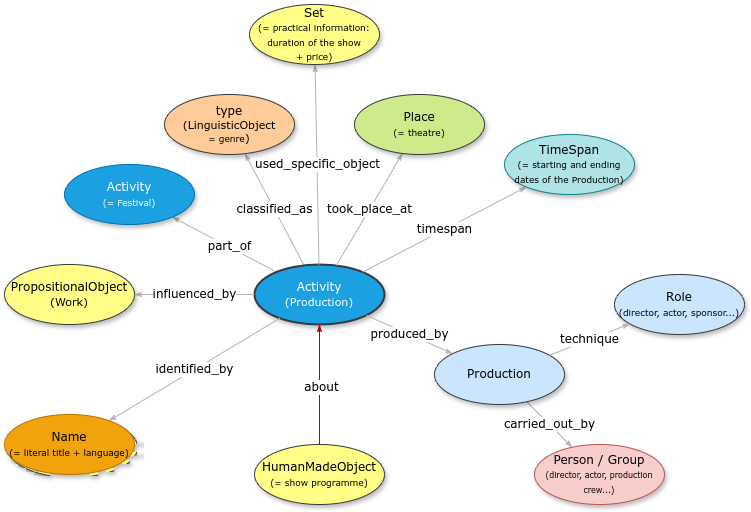
stage-to-data/linked-art-pa keeps this draw.io diagram as Figures-Cookbook/B.drawio.png. Above is the earlier version. Source tidied: cells renumbered, new cells last; positions are measured from the earlier drawing's top-left corner, leaving out a move shared by most shapes.
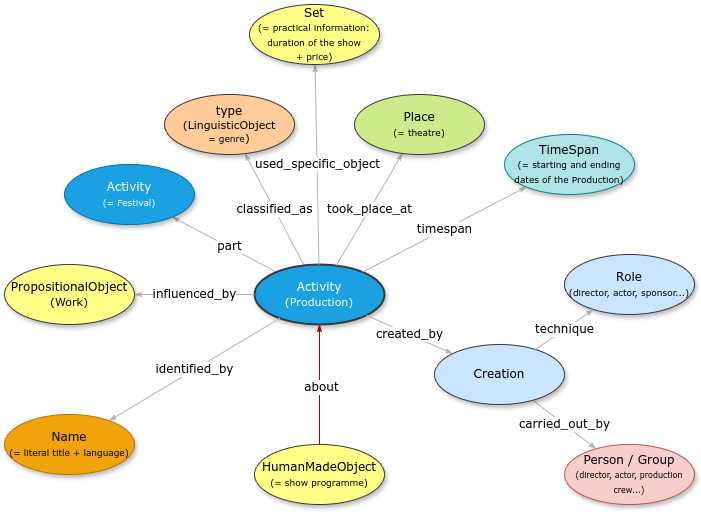
The same file after the commit.

Change to the diagram source:
```diff
@@ -5,7 +5,7 @@
     <mxCell id="2" style="edgeStyle=none;rounded=1;html=1;labelBackgroundColor=#FFFFFF;startArrow=none;startFill=0;startSize=5;endArrow=classicThin;endFill=1;endSize=5;jettySize=auto;strokeColor=#B3B3B3;strokeWidth=1;fontFamily=Verdana;fontSize=12;" parent="1" edge="1" source="5" target="8">
       <mxGeometry relative="1" as="geometry" />
     </mxCell>
-    <mxCell id="3" value="&lt;font style=&quot;font-size: 12px;&quot; face=&quot;Verdana&quot;&gt;part_of&lt;/font&gt;" style="edgeLabel;html=1;align=center;verticalAlign=middle;labelBackgroundColor=#FFFFFF;" parent="2" vertex="1">
+    <mxCell id="3" value="&lt;font style=&quot;font-size: 12px;&quot; face=&quot;Verdana&quot;&gt;part&lt;/font&gt;" style="edgeLabel;html=1;align=center;verticalAlign=middle;labelBackgroundColor=#FFFFFF;" parent="2" vertex="1">
       <mxGeometry x="-0.08" y="-1" relative="1" as="geometry" />
     </mxCell>
     <mxCell id="4" value="&lt;span style=&quot;background-color: rgb(255, 255, 255);&quot;&gt;classified_as&lt;/span&gt;" style="edgeStyle=none;rounded=1;html=1;labelBackgroundColor=#FFFFFF;startArrow=none;startFill=0;startSize=5;endArrow=classicThin;endFill=1;endSize=5;jettySize=auto;strokeColor=#B3B3B3;strokeWidth=1;fontFamily=Verdana;fontSize=12;" parent="1" edge="1" source="5" target="17">
@@ -30,7 +30,7 @@
       <mxGeometry x="250" y="440" width="130" height="60" as="geometry" />
     </mxCell>
     <mxCell id="11" value="&lt;span&gt;Person / Group&lt;/span&gt;&lt;div&gt;&lt;span&gt;&lt;font style=&quot;font-size: 8px;&quot;&gt;(director, actor, production crew...)&lt;/font&gt;&lt;/span&gt;&lt;/div&gt;" style="ellipse;whiteSpace=wrap;html=1;rounded=0;shadow=1;comic=0;labelBackgroundColor=none;strokeWidth=1;fontFamily=Verdana;fontSize=12;align=center;fillColor=#f8cecc;strokeColor=#b85450;" parent="1" vertex="1">
-      <mxGeometry x="530" y="440" width="130" height="60" as="geometry" />
+      <mxGeometry x="560" y="440" width="130" height="60" as="geometry" />
     </mxCell>
     <mxCell id="12" value="used_specific_object" style="edgeStyle=none;rounded=1;html=1;labelBackgroundColor=#FFFFFF;startArrow=none;startFill=0;startSize=5;endArrow=classicThin;endFill=1;endSize=5;jettySize=auto;strokeColor=#B3B3B3;strokeWidth=1;fontFamily=Verdana;fontSize=12;" parent="1" edge="1" source="5" target="15">
       <mxGeometry relative="1" as="geometry" />
@@ -59,14 +59,14 @@
     <mxCell id="20" value="&lt;span&gt;Name&lt;/span&gt;&lt;div&gt;&lt;span&gt;&lt;font style=&quot;font-size: 9px;&quot;&gt;(= literal title + language)&lt;/font&gt;&lt;/span&gt;&lt;/div&gt;" style="ellipse;whiteSpace=wrap;html=1;rounded=0;shadow=1;comic=0;labelBackgroundColor=none;strokeWidth=1;fontFamily=Verdana;fontSize=12;align=center;rotation=0;fillColor=#f0a30a;strokeColor=#BD7000;fontColor=#000000;" parent="1" vertex="1">
       <mxGeometry y="410" width="130" height="60" as="geometry" />
     </mxCell>
-    <mxCell id="21" value="produced_by" style="edgeStyle=none;rounded=1;html=1;labelBackgroundColor=#FFFFFF;startArrow=none;startFill=0;startSize=5;endArrow=classicThin;endFill=1;endSize=5;jettySize=auto;strokeColor=#B3B3B3;strokeWidth=1;fontFamily=Verdana;fontSize=12;" parent="1" edge="1" source="5" target="22">
+    <mxCell id="21" value="created_by" style="edgeStyle=none;rounded=1;html=1;labelBackgroundColor=#FFFFFF;startArrow=none;startFill=0;startSize=5;endArrow=classicThin;endFill=1;endSize=5;jettySize=auto;strokeColor=#B3B3B3;strokeWidth=1;fontFamily=Verdana;fontSize=12;" parent="1" edge="1" source="5" target="22">
       <mxGeometry relative="1" as="geometry" />
     </mxCell>
-    <mxCell id="22" value="&lt;span&gt;Production&lt;/span&gt;" style="ellipse;whiteSpace=wrap;html=1;rounded=0;shadow=1;comic=0;labelBackgroundColor=none;strokeWidth=1;fontFamily=Verdana;fontSize=12;align=center;fillColor=#cce5ff;strokeColor=#36393d;" parent="1" vertex="1">
+    <mxCell id="22" value="&lt;span&gt;Creation&lt;/span&gt;" style="ellipse;whiteSpace=wrap;html=1;rounded=0;shadow=1;comic=0;labelBackgroundColor=none;strokeWidth=1;fontFamily=Verdana;fontSize=12;align=center;fillColor=#cce5ff;strokeColor=#36393d;" parent="1" vertex="1">
       <mxGeometry x="430" y="340" width="130" height="60" as="geometry" />
     </mxCell>
     <mxCell id="23" value="&lt;span&gt;Role&lt;/span&gt;&lt;div&gt;&lt;span&gt;&lt;font style=&quot;font-size: 9px;&quot;&gt;(director, actor, sponsor...)&lt;/font&gt;&lt;/span&gt;&lt;/div&gt;" style="ellipse;whiteSpace=wrap;html=1;rounded=0;shadow=1;comic=0;labelBackgroundColor=none;strokeWidth=1;fontFamily=Verdana;fontSize=12;align=center;fillColor=#cce5ff;strokeColor=#36393d;" parent="1" vertex="1">
-      <mxGeometry x="610" y="270" width="130" height="60" as="geometry" />
+      <mxGeometry x="560" y="250" width="130" height="60" as="geometry" />
     </mxCell>
     <mxCell id="24" value="technique" style="edgeStyle=none;rounded=1;html=1;labelBackgroundColor=#FFFFFF;startArrow=none;startFill=0;startSize=5;endArrow=classicThin;endFill=1;endSize=5;jettySize=auto;strokeColor=#B3B3B3;strokeWidth=1;fontFamily=Verdana;fontSize=12;" parent="1" edge="1" source="22" target="23">
       <mxGeometry relative="1" as="geometry" />
```
